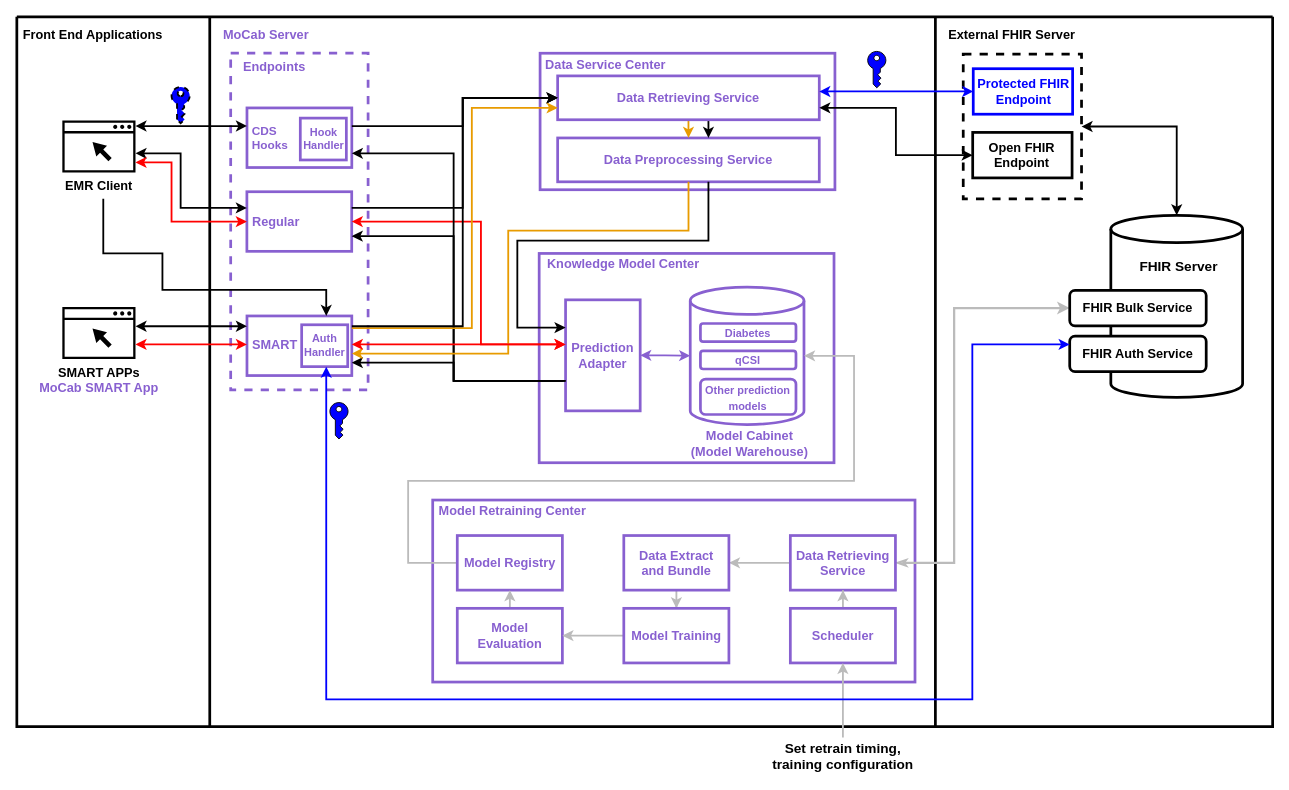
Above: Document/Mocab Architecture.drawio in billkuojhgf/Model-on-fhir (draw.io), before the change. Source tidied: cells renumbered, new cells numbered last; positions are measured from the earlier drawing's top-left corner, leaving out a move shared by most shapes. Both pictures are drawn from the tidied source at 91%, with x=0, y=0 at pixel (16, 16).
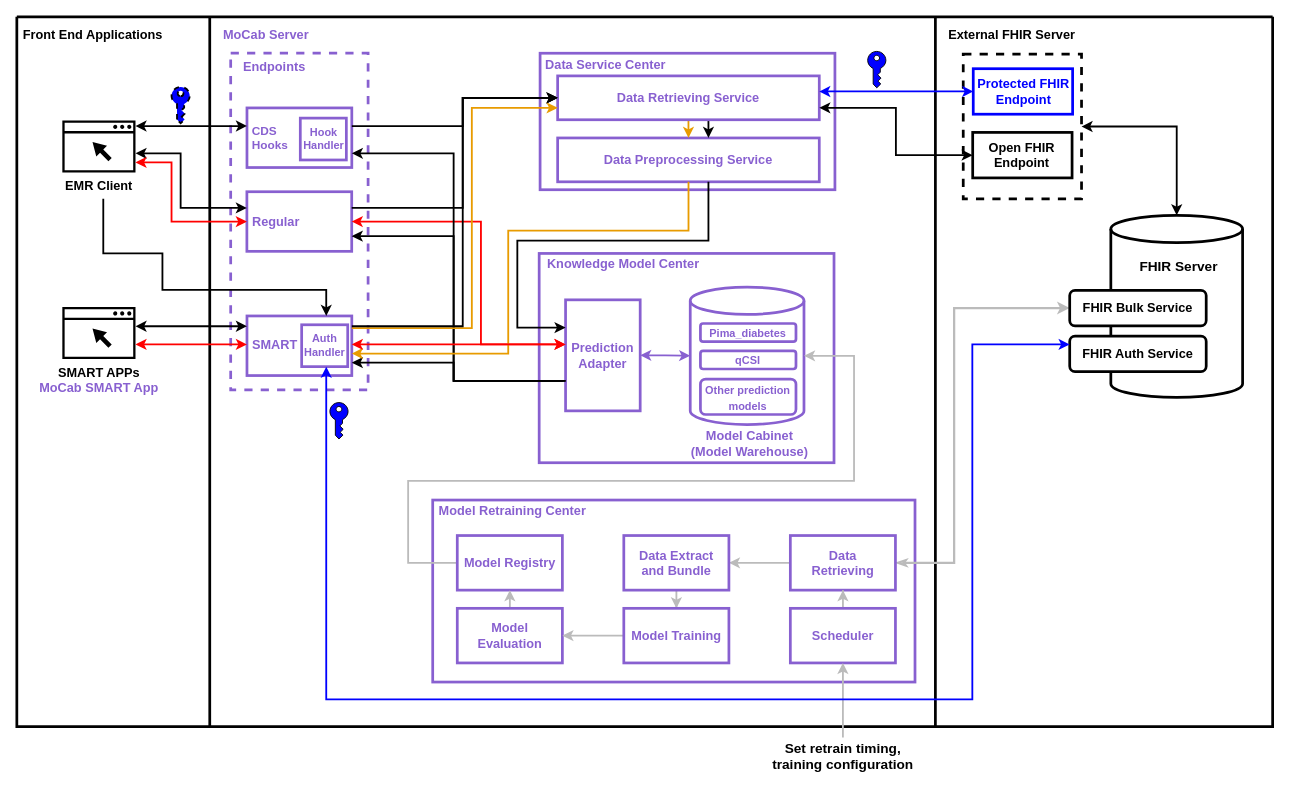
The same page after the edit.

Commit message:
Update MoCab architecture

The change refers to these unchanged cells:
```xml
<mxCell id="11" value="z" style="swimlane;shadow=0;strokeColor=#000000;fillColor=#ffffff;fontColor=none;align=right;startSize=0;noLabel=1;strokeWidth=3;" parent="1" vertex="1">
  <mxGeometry width="1380" height="780" as="geometry" />
</mxCell>
<mxCell id="24" style="group;" parent="20" vertex="1">
  <mxGeometry x="165" y="-3" width="125" height="151" as="geometry" />
</mxCell>
```

What changed in the source:
```diff
@@
-    <mxCell id="26" value="&lt;b&gt;&lt;font color=&quot;#8860d0&quot; style=&quot;font-size: 12px;&quot;&gt;Diabetes&lt;/font&gt;&lt;/b&gt;" style="rounded=1;whiteSpace=wrap;html=1;fontSize=14;fontColor=#FF9933;strokeColor=#8860D0;strokeWidth=3;fillColor=none;" parent="24" vertex="1">
+    <mxCell id="26" value="&lt;b&gt;&lt;font color=&quot;#8860d0&quot; style=&quot;font-size: 12px;&quot;&gt;Pima_diabetes&lt;/font&gt;&lt;/b&gt;" style="rounded=1;whiteSpace=wrap;html=1;fontSize=14;fontColor=#FF9933;strokeColor=#8860D0;strokeWidth=3;fillColor=none;" parent="24" vertex="1">
       <mxGeometry x="11.2" y="40" width="105" height="20" as="geometry" />
     </mxCell>
@@
-    <mxCell id="45" value="&lt;font color=&quot;#8860d0&quot; size=&quot;1&quot; style=&quot;&quot;&gt;&lt;b style=&quot;font-size: 14px;&quot;&gt;Data Retrieving Service&lt;/b&gt;&lt;/font&gt;" style="rounded=0;whiteSpace=wrap;html=1;fontColor=#FF9933;strokeColor=#8860D0;strokeWidth=3;fillColor=none;" parent="11" vertex="1">
+    <mxCell id="45" value="&lt;font color=&quot;#8860d0&quot; size=&quot;1&quot; style=&quot;&quot;&gt;&lt;b style=&quot;font-size: 14px;&quot;&gt;Data&lt;br&gt;Retrieving&lt;/b&gt;&lt;/font&gt;" style="rounded=0;whiteSpace=wrap;html=1;fontColor=#FF9933;strokeColor=#8860D0;strokeWidth=3;fillColor=none;" parent="11" vertex="1">
       <mxGeometry x="850" y="570" width="115.5" height="60" as="geometry" />
     </mxCell>
```
